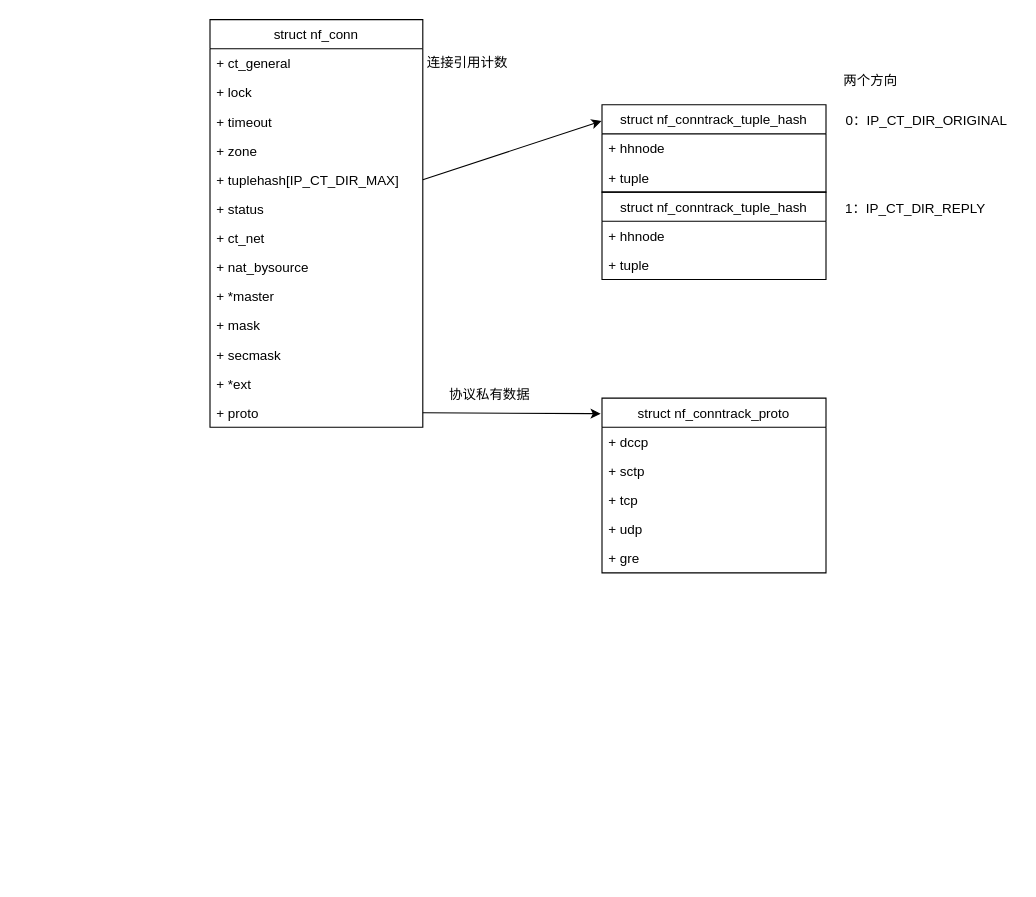
This is page "第 3 页" (3 of 7) of netfilter.drawio from Richard-Joe/draw-io, a draw.io file, before an edit. Source tidied: cells renumbered, new cells numbered last; positions are measured from the earlier drawing's top-left corner, leaving out a move shared by most shapes. Both pictures are drawn from the tidied source at 112%, with x=0, y=0 at pixel (209, 19).
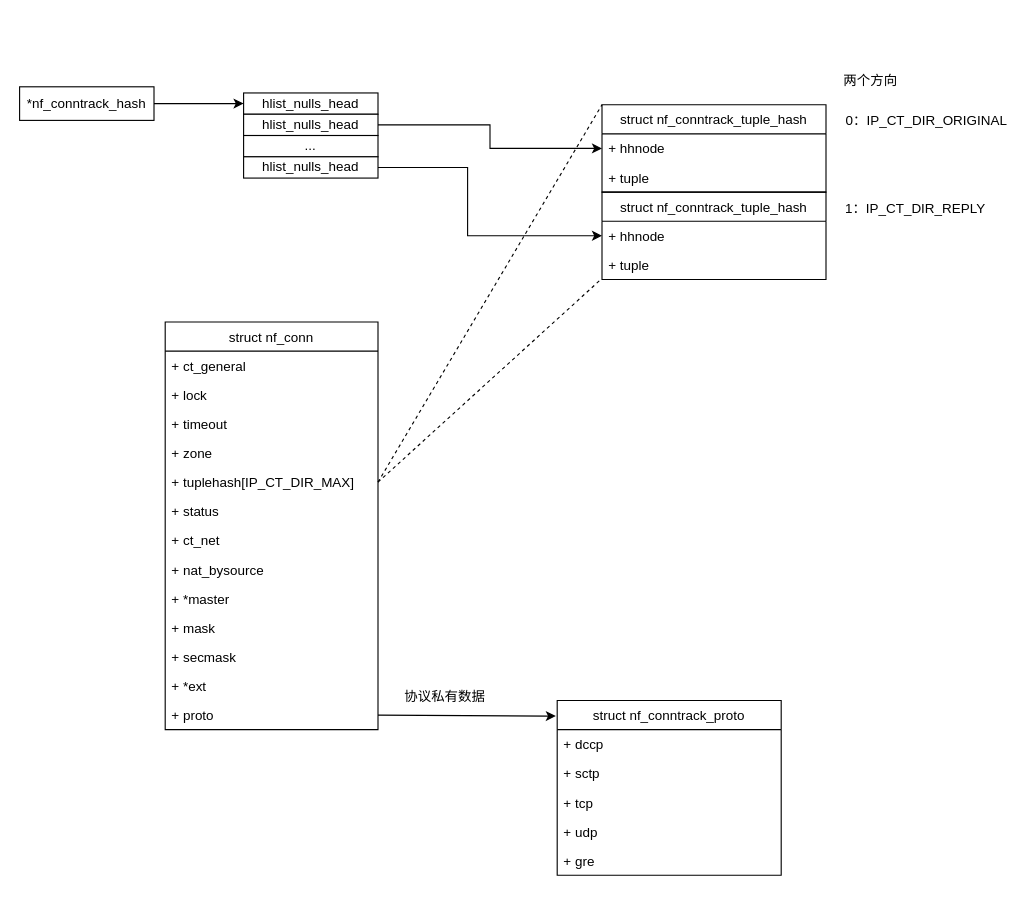
The same diagram, later.

Unchanged cells that the change refers to:
```xml
<mxCell id="7" value="+ tuplehash[IP_CT_DIR_MAX]" style="text;strokeColor=none;fillColor=none;align=left;verticalAlign=top;spacingLeft=4;spacingRight=4;overflow=hidden;points=[[0,0.5],[1,0.5]];portConstraint=eastwest;" parent="2" vertex="1">
  <mxGeometry y="130" width="190" height="26" as="geometry" />
</mxCell>
<mxCell id="16" value="struct nf_conntrack_tuple_hash" style="swimlane;fontStyle=0;horizontal=1;startSize=26;fillColor=none;" parent="1" vertex="1">
  <mxGeometry x="350" y="76" width="200" height="78" as="geometry" />
</mxCell>
<mxCell id="17" value="+ hhnode" style="text;strokeColor=none;fillColor=none;align=left;verticalAlign=top;spacingLeft=4;spacingRight=4;overflow=hidden;points=[[0,0.5],[1,0.5]];portConstraint=eastwest;" parent="16" vertex="1">
  <mxGeometry y="26" width="200" height="26" as="geometry" />
</mxCell>
<mxCell id="20" value="+ hhnode" style="text;strokeColor=none;fillColor=none;align=left;verticalAlign=top;spacingLeft=4;spacingRight=4;overflow=hidden;points=[[0,0.5],[1,0.5]];portConstraint=eastwest;" parent="19" vertex="1">
  <mxGeometry y="26" width="200" height="26" as="geometry" />
</mxCell>
<mxCell id="21" value="+ tuple" style="text;strokeColor=none;fillColor=none;align=left;verticalAlign=top;spacingLeft=4;spacingRight=4;overflow=hidden;points=[[0,0.5],[1,0.5]];portConstraint=eastwest;" parent="19" vertex="1">
  <mxGeometry y="52" width="200" height="26" as="geometry" />
</mxCell>
```

The edit, as a diff of the source:
```diff
@@
     <mxCell id="2" value="struct nf_conn" style="swimlane;fontStyle=0;horizontal=1;startSize=26;fillColor=none;" parent="1" vertex="1">
-      <mxGeometry width="190" height="364" as="geometry" />
+      <mxGeometry x="-40" y="270" width="190" height="364" as="geometry" />
     </mxCell>
@@
     <mxCell id="25" value="struct nf_conntrack_proto" style="swimlane;fontStyle=0;horizontal=1;startSize=26;fillColor=none;" parent="1" vertex="1">
-      <mxGeometry x="350" y="338" width="200" height="156" as="geometry" />
+      <mxGeometry x="310" y="608" width="200" height="156" as="geometry" />
     </mxCell>
@@
-    <mxCell id="31" value="连接引用计数" style="text;html=1;strokeColor=none;fillColor=none;align=center;verticalAlign=middle;whiteSpace=wrap;rounded=0;" parent="1" vertex="1">
-      <mxGeometry x="190" y="24" width="80" height="30" as="geometry" />
-    </mxCell>
@@
     <mxCell id="33" value="协议私有数据" style="text;html=1;strokeColor=none;fillColor=none;align=center;verticalAlign=middle;whiteSpace=wrap;rounded=0;" parent="1" vertex="1">
-      <mxGeometry x="210" y="320" width="80" height="30" as="geometry" />
+      <mxGeometry x="170" y="590" width="80" height="30" as="geometry" />
     </mxCell>
+    <mxCell id="35" value="hlist_nulls_head" style="rounded=0;whiteSpace=wrap;html=1;" parent="1" vertex="1">
+      <mxGeometry x="30" y="65.5" width="120" height="19" as="geometry" />
+    </mxCell>
+    <mxCell id="36" style="edgeStyle=orthogonalEdgeStyle;rounded=0;jettySize=auto;html=1;entryX=0;entryY=0.5;entryDx=0;entryDy=0;" parent="1" edge="1" source="37" target="17">
+      <mxGeometry relative="1" as="geometry" />
+    </mxCell>
+    <mxCell id="37" value="hlist_nulls_head" style="rounded=0;whiteSpace=wrap;html=1;" parent="1" vertex="1">
+      <mxGeometry x="30" y="84.5" width="120" height="19" as="geometry" />
+    </mxCell>
+    <mxCell id="38" value="..." style="rounded=0;whiteSpace=wrap;html=1;" parent="1" vertex="1">
+      <mxGeometry x="30" y="103.5" width="120" height="19" as="geometry" />
+    </mxCell>
+    <mxCell id="39" style="edgeStyle=orthogonalEdgeStyle;rounded=0;jettySize=auto;html=1;entryX=0;entryY=0.5;entryDx=0;entryDy=0;" parent="1" edge="1" source="40" target="20">
+      <mxGeometry relative="1" as="geometry">
+        <Array as="points">
+          <mxPoint x="230" y="132" />
+          <mxPoint x="230" y="193" />
+        </Array>
+      </mxGeometry>
+    </mxCell>
+    <mxCell id="40" value="hlist_nulls_head" style="rounded=0;whiteSpace=wrap;html=1;" parent="1" vertex="1">
+      <mxGeometry x="30" y="122.5" width="120" height="19" as="geometry" />
+    </mxCell>
+    <mxCell id="41" value="*nf_conntrack_hash" style="rounded=0;whiteSpace=wrap;html=1;" parent="1" vertex="1">
+      <mxGeometry x="-170" y="60" width="120" height="30" as="geometry" />
+    </mxCell>
+    <mxCell id="42" style="endArrow=classic;html=1;rounded=0;exitX=1;exitY=0.5;exitDx=0;exitDy=0;entryX=0;entryY=0.5;entryDx=0;entryDy=0;" parent="1" edge="1" source="41" target="35">
+      <mxGeometry relative="1" as="geometry" />
+    </mxCell>
-    <mxCell id="34" style="endArrow=classic;html=1;rounded=0;exitX=1;exitY=0.5;exitDx=0;exitDy=0;entryX=-0.002;entryY=0.186;entryDx=0;entryDy=0;entryPerimeter=0;" parent="1" edge="1" source="7" target="16">
+    <mxCell id="34" style="endArrow=none;dashed=1;html=1;rounded=0;entryX=0;entryY=0;entryDx=0;entryDy=0;exitX=1;exitY=0.5;exitDx=0;exitDy=0;" parent="1" edge="1" source="7" target="16">
       <mxGeometry relative="1" as="geometry" />
     </mxCell>
+    <mxCell id="43" style="endArrow=none;dashed=1;html=1;rounded=0;entryX=-0.005;entryY=1;entryDx=0;entryDy=0;exitX=1;exitY=0.5;exitDx=0;exitDy=0;entryPerimeter=0;" parent="1" edge="1" source="7" target="21">
+      <mxGeometry relative="1" as="geometry" />
+    </mxCell>
```
